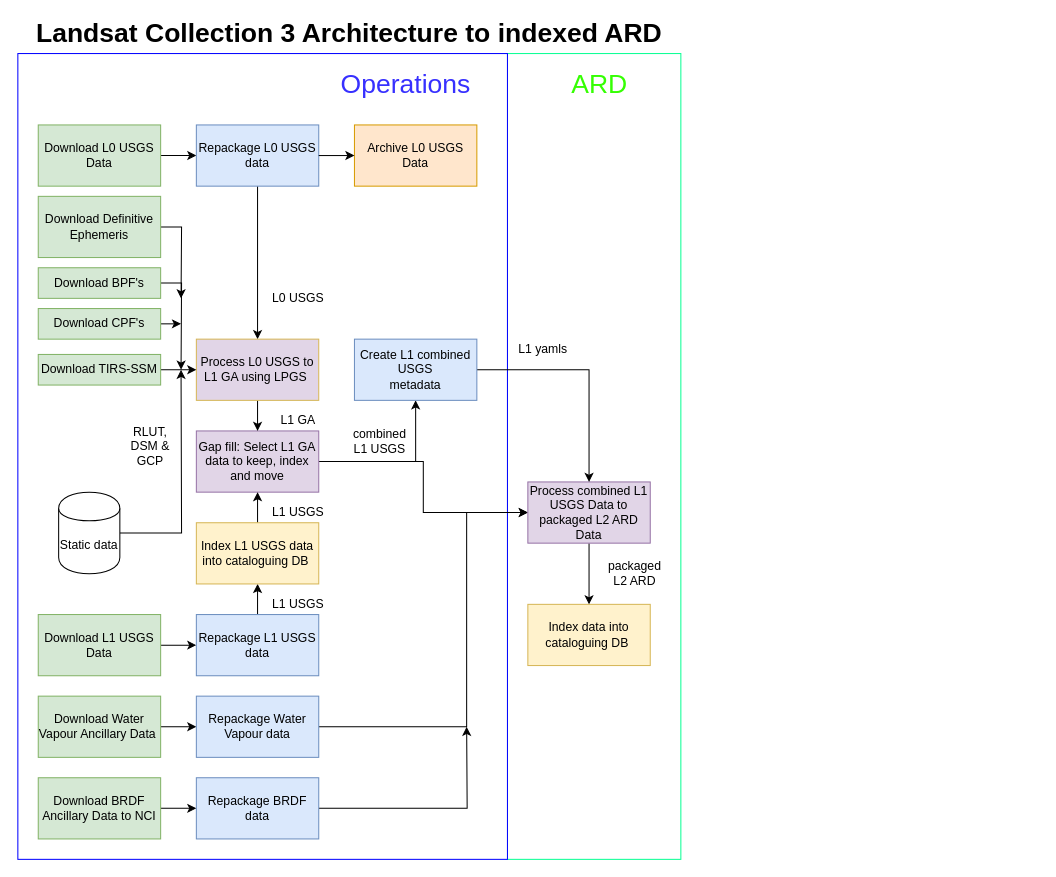
Before: collection3/c3dataflow.drawio in dunkgray/dea-document-images, a draw.io diagram. Source tidied: cells renumbered, new cells numbered last; positions are measured from the earlier drawing's top-left corner, leaving out a move shared by most shapes. Both pictures are drawn from the tidied source at 102%, with x=0, y=0 at pixel (17, 22).
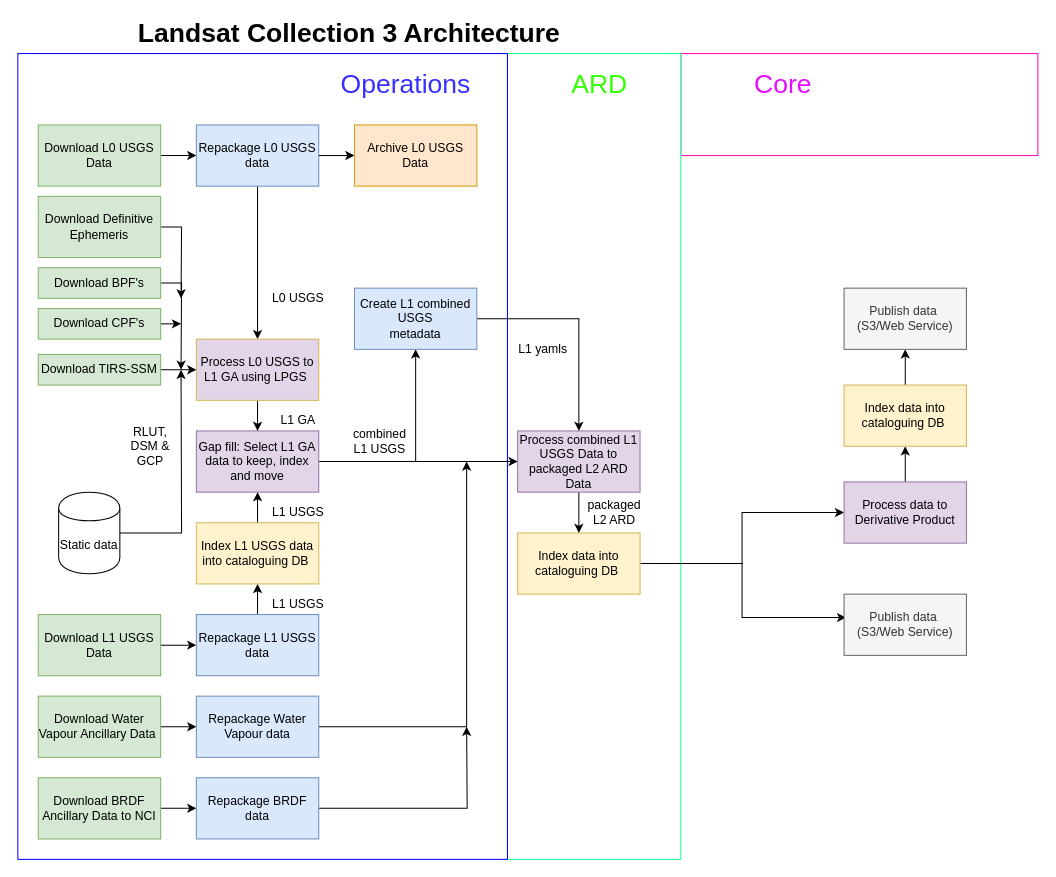
The same diagram, later.

Commit message:
updating to include processes after ARD

Unchanged cells that the change refers to:
```xml
<mxCell id="8" value="Repackage Water Vapour data" style="rounded=0;whiteSpace=wrap;html=1;fillColor=#dae8fc;strokeColor=#6c8ebf;" parent="1" vertex="1">
  <mxGeometry x="175" y="660" width="120" height="60" as="geometry" />
</mxCell>
```

What changed in the source:
```diff
@@
+    <mxCell id="55" style="rounded=0;whiteSpace=wrap;html=1;labelBackgroundColor=none;fontSize=26;strokeColor=#FF0ABE;" parent="1" vertex="1">
+      <mxGeometry x="650" y="30" width="350" height="100" as="geometry" />
+    </mxCell>
@@
-    <mxCell id="4" value="Landsat Collection 3 Architecture to indexed ARD" style="text;html=1;strokeColor=none;fillColor=none;align=center;verticalAlign=middle;whiteSpace=wrap;rounded=0;fontStyle=1;fontSize=26;" parent="1" vertex="1">
+    <mxCell id="4" value="Landsat Collection 3 Architecture" style="text;html=1;strokeColor=none;fillColor=none;align=center;verticalAlign=middle;whiteSpace=wrap;rounded=0;fontStyle=1;fontSize=26;" parent="1" vertex="1">
       <mxGeometry width="650" height="20" as="geometry" />
     </mxCell>
@@
-    <mxCell id="7" style="edgeStyle=orthogonalEdgeStyle;rounded=0;jettySize=auto;html=1;" parent="1" edge="1" source="8" target="32">
+    <mxCell id="7" style="edgeStyle=orthogonalEdgeStyle;rounded=0;jettySize=auto;html=1;" parent="1" edge="1" source="8">
       <mxGeometry relative="1" as="geometry">
+        <mxPoint x="440" y="430" as="targetPoint" />
         <Array as="points">
           <mxPoint x="440" y="690" />
           <mxPoint x="440" y="480" />
         </Array>
       </mxGeometry>
     </mxCell>
@@
+    <mxCell id="56" style="edgeStyle=orthogonalEdgeStyle;rounded=0;jettySize=auto;html=1;" parent="1" edge="1" source="9" target="60">
+      <mxGeometry relative="1" as="geometry" />
+    </mxCell>
+    <mxCell id="57" style="edgeStyle=orthogonalEdgeStyle;rounded=0;jettySize=auto;html=1;entryX=0.017;entryY=0.383;entryDx=0;entryDy=0;entryPerimeter=0;" parent="1" edge="1" source="9" target="58">
+      <mxGeometry relative="1" as="geometry" />
+    </mxCell>
     <mxCell id="9" value="Index data into cataloguing DB&amp;nbsp;" style="rounded=0;whiteSpace=wrap;html=1;fillColor=#fff2cc;strokeColor=#d6b656;" parent="1" vertex="1">
-      <mxGeometry x="500" y="570" width="120" height="60" as="geometry" />
+      <mxGeometry x="490" y="500" width="120" height="60" as="geometry" />
     </mxCell>
@@
     <mxCell id="32" value="Process combined L1 USGS Data to packaged L2 ARD Data" style="rounded=0;whiteSpace=wrap;html=1;fillColor=#e1d5e7;strokeColor=#9673a6;" parent="1" vertex="1">
-      <mxGeometry x="500" y="450" width="120" height="60" as="geometry" />
+      <mxGeometry x="490" y="400" width="120" height="60" as="geometry" />
     </mxCell>
@@
     <mxCell id="34" value="Create L1 combined USGS &lt;br&gt;metadata" style="rounded=0;whiteSpace=wrap;html=1;fillColor=#dae8fc;strokeColor=#6c8ebf;" parent="1" vertex="1">
-      <mxGeometry x="330" y="310" width="120" height="60" as="geometry" />
+      <mxGeometry x="330" y="260" width="120" height="60" as="geometry" />
     </mxCell>
@@
     <mxCell id="48" value="packaged L2 ARD" style="text;html=1;strokeColor=none;fillColor=none;align=center;verticalAlign=middle;whiteSpace=wrap;rounded=0;" parent="1" vertex="1">
-      <mxGeometry x="570" y="520" width="70" height="40" as="geometry" />
+      <mxGeometry x="550" y="460" width="70" height="40" as="geometry" />
     </mxCell>
@@
+    <mxCell id="58" value="Publish data&amp;nbsp;&lt;br&gt;(S3/Web Service)" style="rounded=0;whiteSpace=wrap;html=1;fillColor=#f5f5f5;strokeColor=#666666;fontColor=#333333;" parent="1" vertex="1">
+      <mxGeometry x="810" y="560" width="120" height="60" as="geometry" />
+    </mxCell>
+    <mxCell id="59" style="edgeStyle=orthogonalEdgeStyle;rounded=0;jettySize=auto;html=1;entryX=0.5;entryY=1;entryDx=0;entryDy=0;" parent="1" edge="1" source="60" target="62">
+      <mxGeometry relative="1" as="geometry" />
+    </mxCell>
+    <mxCell id="60" value="Process data to Derivative Product" style="rounded=0;whiteSpace=wrap;html=1;fillColor=#e1d5e7;strokeColor=#9673a6;" parent="1" vertex="1">
+      <mxGeometry x="810" y="450" width="120" height="60" as="geometry" />
+    </mxCell>
+    <mxCell id="61" style="edgeStyle=orthogonalEdgeStyle;rounded=0;jettySize=auto;html=1;" parent="1" edge="1" source="62" target="63">
+      <mxGeometry relative="1" as="geometry" />
+    </mxCell>
+    <mxCell id="62" value="Index data into cataloguing DB&amp;nbsp;" style="rounded=0;whiteSpace=wrap;html=1;fillColor=#fff2cc;strokeColor=#d6b656;" parent="1" vertex="1">
+      <mxGeometry x="810" y="355" width="120" height="60" as="geometry" />
+    </mxCell>
+    <mxCell id="63" value="Publish data&amp;nbsp;&lt;br&gt;(S3/Web Service)" style="rounded=0;whiteSpace=wrap;html=1;fillColor=#f5f5f5;strokeColor=#666666;fontColor=#333333;" parent="1" vertex="1">
+      <mxGeometry x="810" y="260" width="120" height="60" as="geometry" />
+    </mxCell>
+    <mxCell id="64" value="&lt;font color=&quot;#e70dff&quot;&gt;Core&lt;/font&gt;" style="text;html=1;align=center;verticalAlign=middle;fontSize=26;fontStyle=0;fontColor=#35FF03;" parent="1" vertex="1">
+      <mxGeometry x="715" y="40" width="70" height="40" as="geometry" />
+    </mxCell>
```
